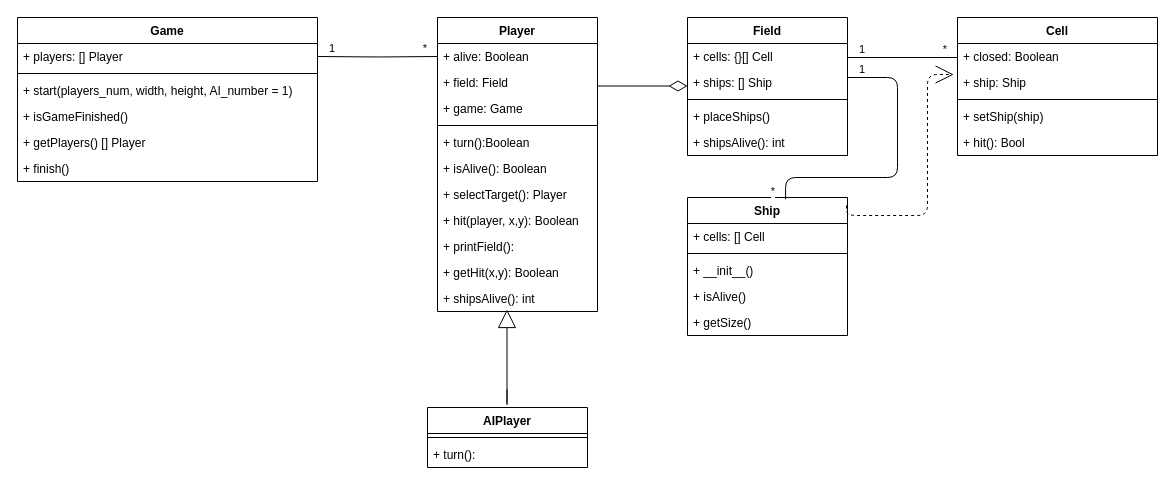
Earlier version of the draw.io diagram BattleShips.drawio (beavisruspb/battleship). Source tidied: cells renumbered, new cells numbered last; positions are measured from the earlier drawing's top-left corner, leaving out a move shared by most shapes. Both pictures are drawn from the tidied source at 100%, with x=0, y=0 at pixel (17, 17).
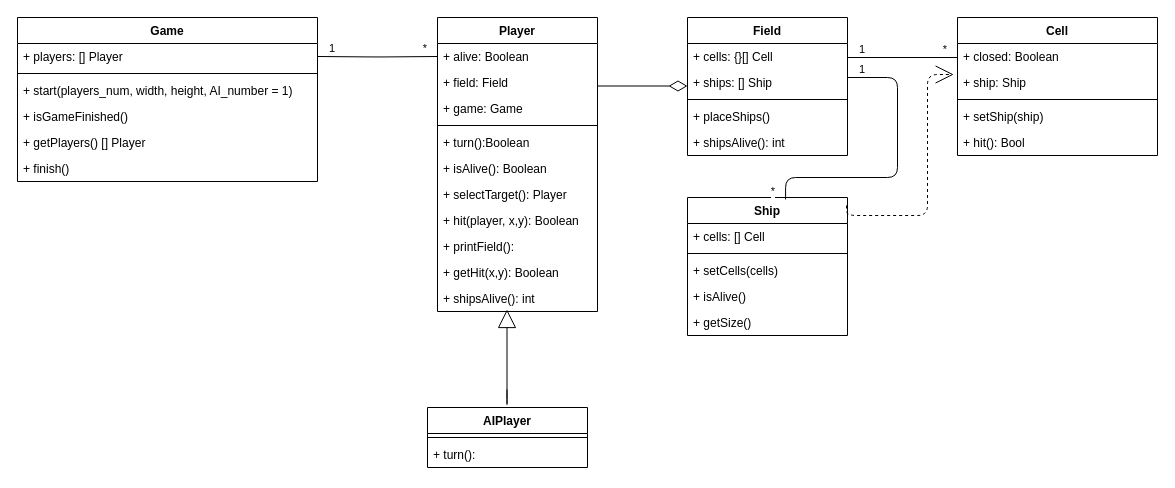
Above is the later version.

The change refers to these unchanged cells:
```xml
<mxCell id="41" value="Ship" style="swimlane;fontStyle=1;align=center;verticalAlign=top;horizontal=1;startSize=26;" parent="1" vertex="1">
  <mxGeometry x="670" y="180" width="160" height="138" as="geometry" />
</mxCell>
```

Diff of the diagram source:
```diff
@@
-    <mxCell id="44" value="+ __init__()" style="text;strokeColor=none;fillColor=none;align=left;verticalAlign=top;spacingLeft=4;spacingRight=4;overflow=hidden;" parent="41" vertex="1">
+    <mxCell id="44" value="+ setCells(cells)" style="text;strokeColor=none;fillColor=none;align=left;verticalAlign=top;spacingLeft=4;spacingRight=4;overflow=hidden;" parent="41" vertex="1">
       <mxGeometry y="60" width="160" height="26" as="geometry" />
     </mxCell>
```
